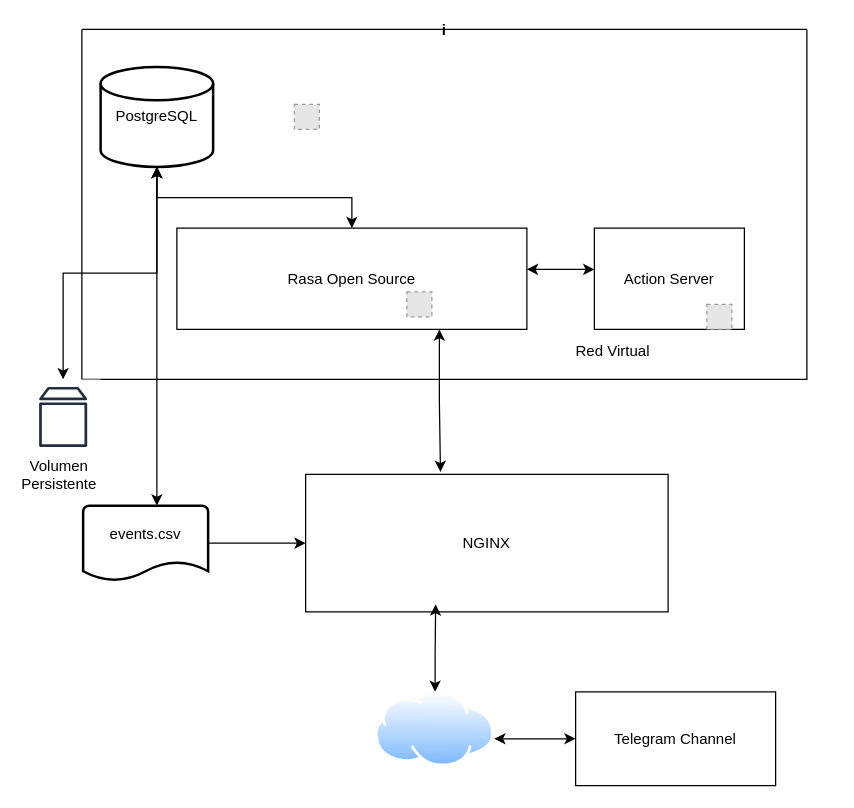
This is Untitled Diagram.drawio from bartivs/libro-tfg, a draw.io file, before an edit. Source tidied: cells renumbered, new cells numbered last; positions are measured from the earlier drawing's top-left corner, leaving out a move shared by most shapes. Both pictures are drawn from the tidied source at 125%, with x=0, y=0 at pixel (21, 29). Pictures stored in the file or linked from it are replaced by grey dashed boxes.
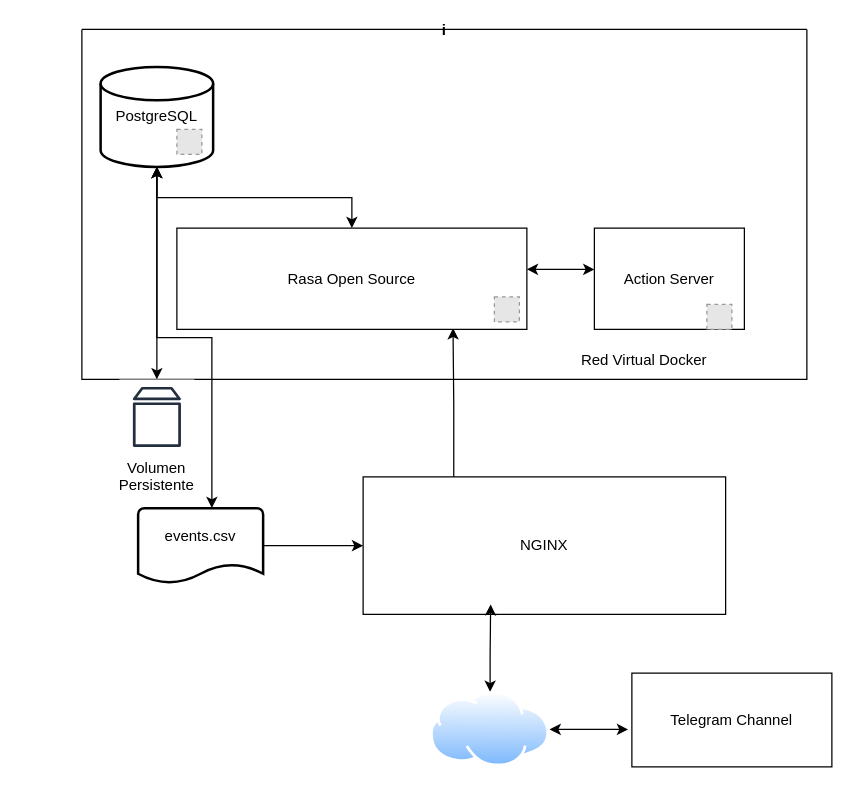
After the change.

Unchanged cells that the change refers to:
```xml
<mxCell id="7" value="i" style="swimlane;startSize=0;" parent="1" vertex="1">
  <mxGeometry x="48" width="580" height="280" as="geometry" />
</mxCell>
<mxCell id="8" value="Rasa Open Source" style="rounded=0;whiteSpace=wrap;html=1;" parent="7" vertex="1">
  <mxGeometry x="76" y="159" width="280" height="81" as="geometry" />
</mxCell>
```

Diff of the diagram source:
```diff
@@
+    <mxCell id="24" style="edgeStyle=orthogonalEdgeStyle;rounded=0;jettySize=auto;html=1;exitX=0.25;exitY=0;exitDx=0;exitDy=0;entryX=0.789;entryY=0.988;entryDx=0;entryDy=0;entryPerimeter=0;" parent="1" edge="1" source="2" target="8">
+      <mxGeometry relative="1" as="geometry" />
+    </mxCell>
     <mxCell id="2" value="NGINX" style="rounded=0;whiteSpace=wrap;html=1;" parent="1" vertex="1">
-      <mxGeometry x="227" y="356" width="290" height="110" as="geometry" />
+      <mxGeometry x="273" y="358" width="290" height="110" as="geometry" />
     </mxCell>
     <mxCell id="3" style="edgeStyle=orthogonalEdgeStyle;rounded=0;jettySize=auto;html=1;startArrow=classic;startFill=1;" parent="1" edge="1" source="4">
       <mxGeometry relative="1" as="geometry">
-        <mxPoint x="331" y="460" as="targetPoint" />
+        <mxPoint x="375" y="460" as="targetPoint" />
         <Array as="points">
-          <mxPoint x="331" y="500" />
-          <mxPoint x="331" y="500" />
+          <mxPoint x="375" y="500" />
+          <mxPoint x="375" y="500" />
         </Array>
       </mxGeometry>
     </mxCell>
+    <mxCell id="25" style="edgeStyle=orthogonalEdgeStyle;rounded=0;jettySize=auto;html=1;exitX=1;exitY=0.5;exitDx=0;exitDy=0;entryX=-0.019;entryY=0.6;entryDx=0;entryDy=0;entryPerimeter=0;startArrow=classic;startFill=1;" parent="1" edge="1" source="4" target="6">
+      <mxGeometry relative="1" as="geometry" />
+    </mxCell>
     <mxCell id="4" style="perimeter=ellipsePerimeter;html=1;align=center;shadow=0;dashed=0;spacingTop=3;image;image=img/lib/active_directory/internet_cloud.svg;" parent="1" vertex="1">
-      <mxGeometry x="283" y="530" width="95.2" height="60" as="geometry" />
+      <mxGeometry x="327" y="530" width="95.2" height="60" as="geometry" />
     </mxCell>
-    <mxCell id="5" style="edgeStyle=orthogonalEdgeStyle;rounded=0;jettySize=auto;html=1;exitX=0;exitY=0.5;exitDx=0;exitDy=0;entryX=0.997;entryY=0.625;entryDx=0;entryDy=0;entryPerimeter=0;startArrow=classic;startFill=1;" parent="1" edge="1" source="6" target="4">
-      <mxGeometry relative="1" as="geometry" />
-    </mxCell>
     <mxCell id="6" value="Telegram Channel" style="rounded=0;whiteSpace=wrap;html=1;" parent="1" vertex="1">
-      <mxGeometry x="443" y="530" width="160" height="75" as="geometry" />
+      <mxGeometry x="488" y="515" width="160" height="75" as="geometry" />
     </mxCell>
@@
     <mxCell id="9" style="fillColor=#E6E6E6;strokeColor=#999999;dashed=1;html=1;verticalAlign=top;verticalLabelPosition=bottom;labelBackgroundColor=#ffffff;" parent="7" vertex="1">
-      <mxGeometry x="260" y="210" width="20" height="20" as="geometry" />
+      <mxGeometry x="330" y="214" width="20" height="20" as="geometry" />
     </mxCell>
@@
-    <mxCell id="13" value="&lt;div&gt;Red Virtual&lt;/div&gt;&lt;div&gt;&lt;br&gt;&lt;/div&gt;" style="text;html=1;strokeColor=none;fillColor=none;align=center;verticalAlign=middle;whiteSpace=wrap;rounded=0;" parent="7" vertex="1">
-      <mxGeometry x="380" y="250" width="90" height="30" as="geometry" />
+    <mxCell id="13" value="&lt;div&gt;Red Virtual Docker&lt;br&gt;&lt;/div&gt;" style="text;html=1;strokeColor=none;fillColor=none;align=center;verticalAlign=middle;whiteSpace=wrap;rounded=0;" parent="7" vertex="1">
+      <mxGeometry x="380" y="250" width="140" height="30" as="geometry" />
     </mxCell>
@@
-    <mxCell id="16" style="fillColor=#E6E6E6;strokeColor=#999999;dashed=1;html=1;verticalAlign=top;verticalLabelPosition=bottom;labelBackgroundColor=#ffffff;" parent="1" vertex="1">
-      <mxGeometry x="218" y="60" width="20" height="20" as="geometry" />
+    <mxCell id="16" style="fillColor=#E6E6E6;strokeColor=#999999;dashed=1;html=1;verticalAlign=top;verticalLabelPosition=bottom;labelBackgroundColor=#ffffff;" parent="7" vertex="1">
+      <mxGeometry x="76" y="80" width="20" height="20" as="geometry" />
     </mxCell>
@@
     <mxCell id="18" style="sketch=0;outlineConnect=0;fontColor=#232F3E;gradientColor=none;strokeColor=#232F3E;fillColor=#ffffff;dashed=0;verticalLabelPosition=bottom;verticalAlign=top;align=center;html=1;fontSize=12;fontStyle=0;shape=mxgraph.aws4.resourceIcon;resIcon=mxgraph.aws4.volume;" parent="1" vertex="1">
-      <mxGeometry x="3" y="280" width="60" height="60" as="geometry" />
+      <mxGeometry x="78" y="280" width="60" height="60" as="geometry" />
     </mxCell>
     <mxCell id="19" value="&lt;div&gt;Volumen Persistente&lt;/div&gt;&lt;div&gt;&lt;br&gt;&lt;/div&gt;" style="text;html=1;strokeColor=none;fillColor=none;align=center;verticalAlign=middle;whiteSpace=wrap;rounded=0;" parent="1" vertex="1">
-      <mxGeometry y="349" width="60" height="30" as="geometry" />
+      <mxGeometry x="78" y="350" width="60" height="30" as="geometry" />
     </mxCell>
@@
     <mxCell id="21" value="&lt;div&gt;events.csv&lt;/div&gt;&lt;div&gt;&lt;br&gt;&lt;/div&gt;" style="strokeWidth=2;html=1;shape=mxgraph.flowchart.document2;whiteSpace=wrap;size=0.25;" parent="1" vertex="1">
-      <mxGeometry x="49" y="381" width="100" height="60" as="geometry" />
+      <mxGeometry x="93" y="383" width="100" height="60" as="geometry" />
     </mxCell>
-    <mxCell id="22" style="edgeStyle=orthogonalEdgeStyle;rounded=0;jettySize=auto;html=1;exitX=0.75;exitY=1;exitDx=0;exitDy=0;entryX=0.372;entryY=-0.018;entryDx=0;entryDy=0;entryPerimeter=0;startArrow=classic;startFill=1;" parent="1" edge="1" source="8" target="2">
-      <mxGeometry relative="1" as="geometry" />
-    </mxCell>
```
